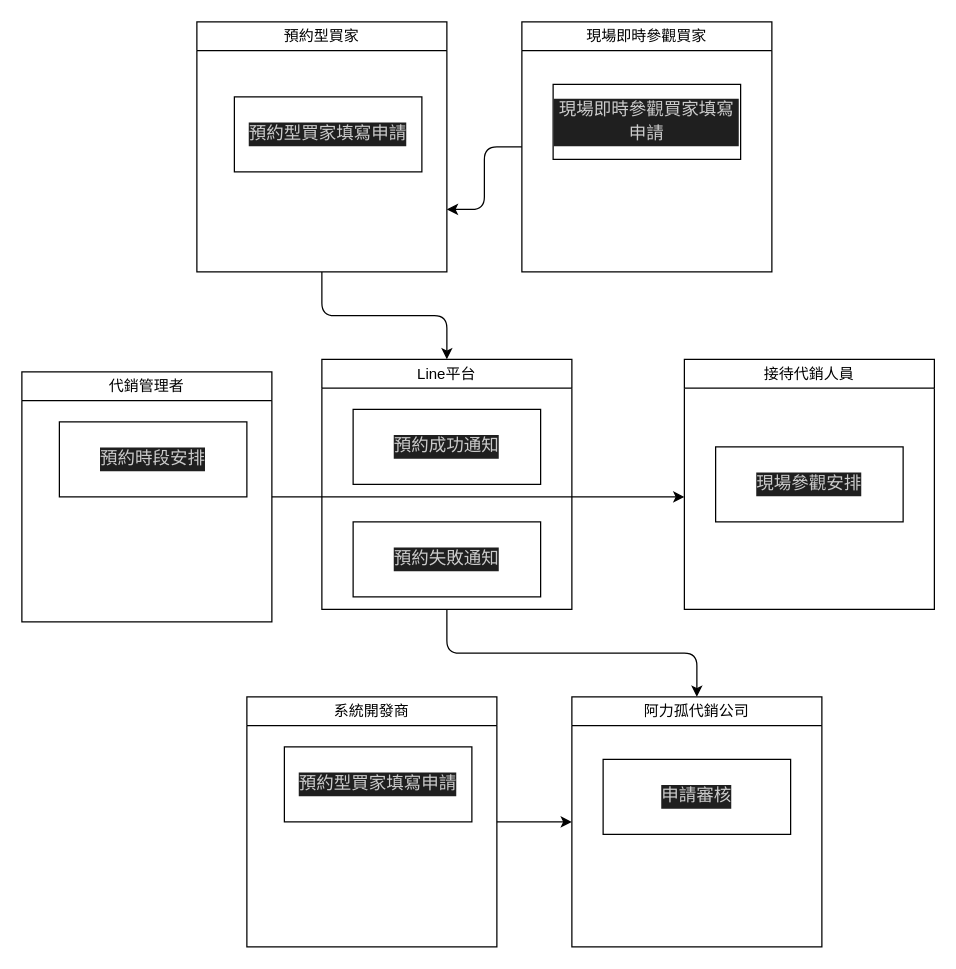
Above: B.drawio in Mouchi772/123 (draw.io), before the change. Source tidied: cells renumbered, new cells numbered last; positions are measured from the earlier drawing's top-left corner, leaving out a move shared by most shapes. Both pictures are drawn from the tidied source at 125%, with x=0, y=0 at pixel (21, 21).
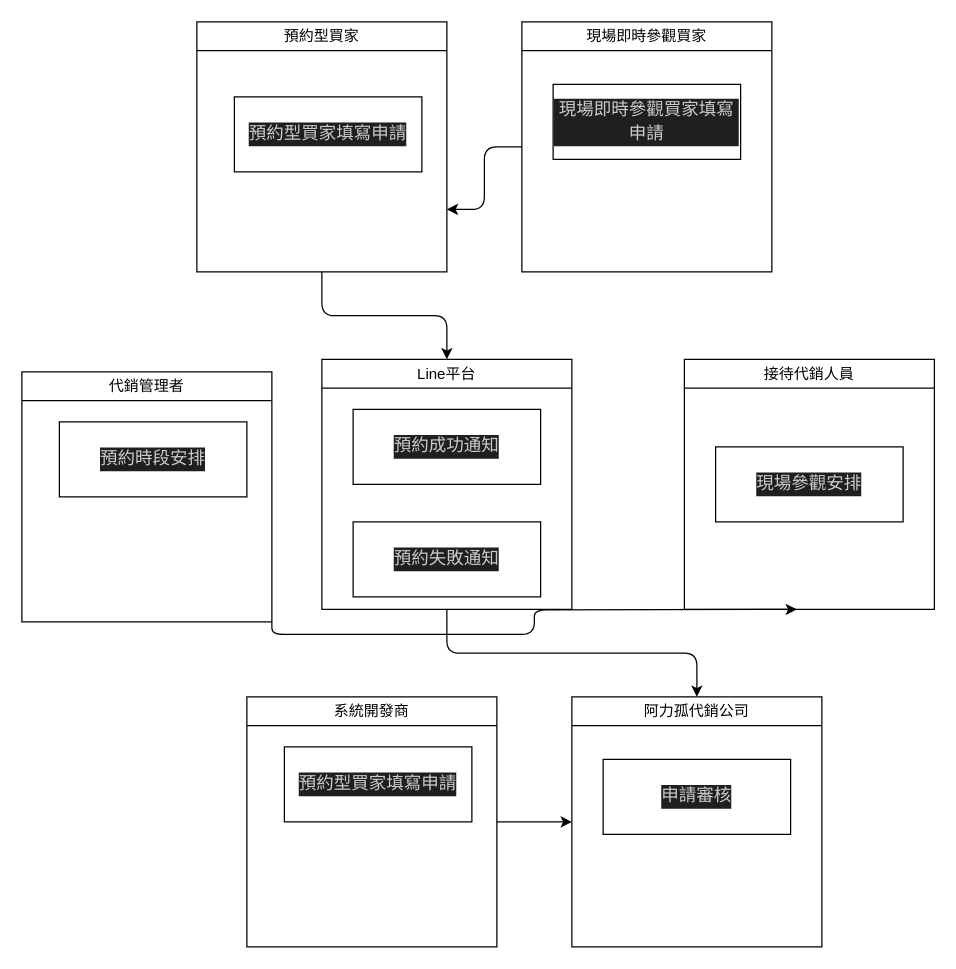
After the change.

Unchanged cells that the change refers to:
```xml
<mxCell id="20" value="&lt;span style=&quot;font-weight: 400;&quot;&gt;代銷管理者&lt;/span&gt;" style="swimlane;whiteSpace=wrap;html=1;" parent="1" vertex="1">
  <mxGeometry y="280" width="200" height="200" as="geometry" />
</mxCell>
```

The edit, as a diff of the source:
```diff
@@
-    <mxCell id="19" style="edgeStyle=orthogonalEdgeStyle;html=1;" parent="1" edge="1" source="20">
-      <mxGeometry relative="1" as="geometry">
-        <mxPoint x="530" y="380" as="targetPoint" />
-      </mxGeometry>
-    </mxCell>
+    <mxCell id="22" style="edgeStyle=orthogonalEdgeStyle;html=1;exitX=1;exitY=1;exitDx=0;exitDy=0;" parent="1" edge="1" source="20">
+      <mxGeometry relative="1" as="geometry">
+        <mxPoint x="620" y="470" as="targetPoint" />
+      </mxGeometry>
+    </mxCell>
```
